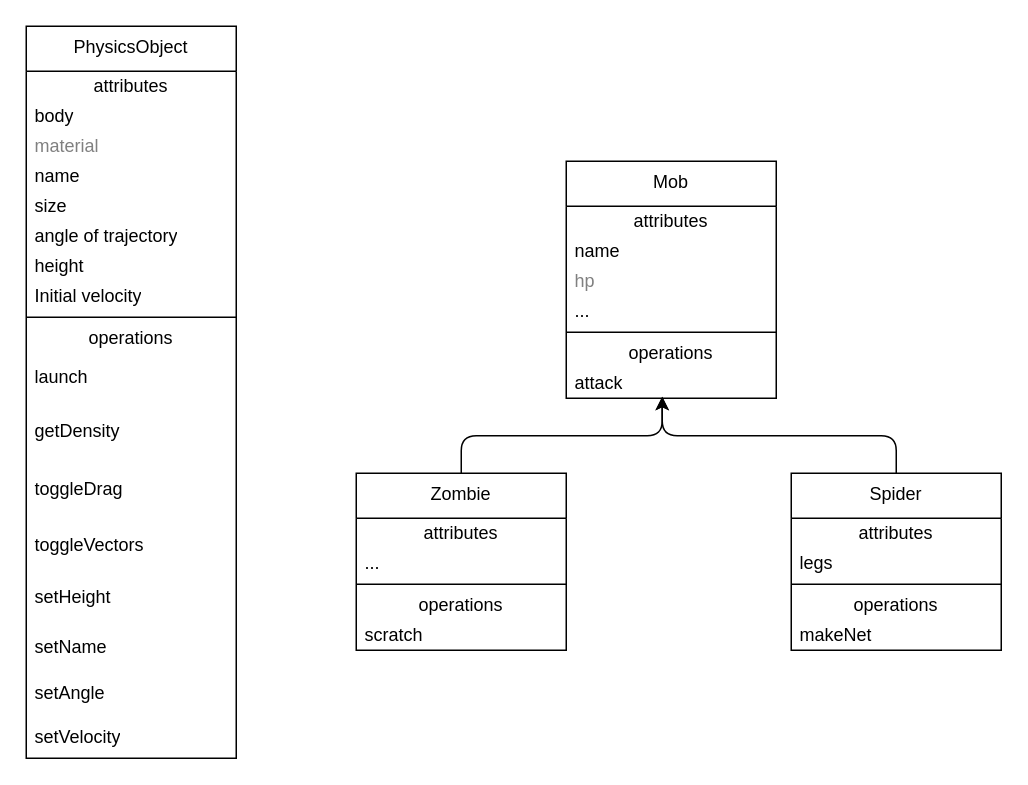
Earlier version of the draw.io diagram UML.dio (JohnW-kver/OOP-Simulation). Source tidied: cells renumbered, new cells numbered last; positions are measured from the earlier drawing's top-left corner, leaving out a move shared by most shapes. Both pictures are drawn from the tidied source at 150%, with x=0, y=0 at pixel (26, 26).
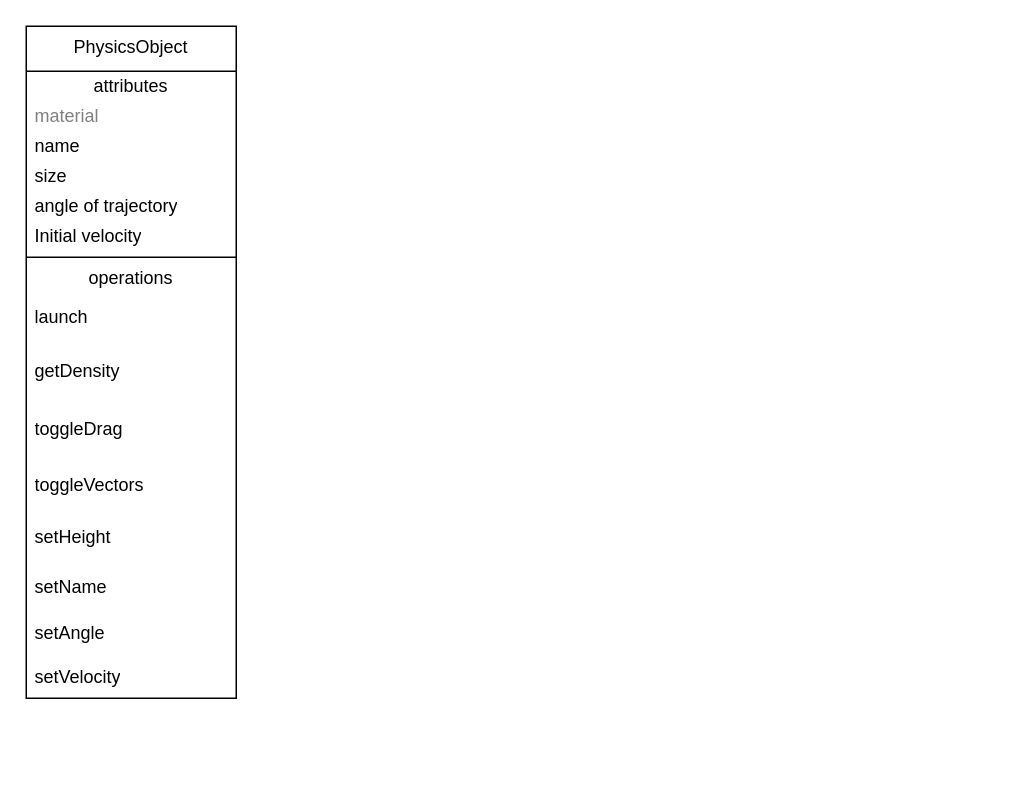
The same page after the edit.

Change to the diagram source:
```diff
@@
     <mxCell id="2" value="PhysicsObject" style="swimlane;fontStyle=0;align=center;verticalAlign=top;horizontal=1;startSize=30;html=1;whiteSpace=wrap;" parent="1" vertex="1">
-      <mxGeometry width="140" height="488" as="geometry" />
+      <mxGeometry width="140" height="448" as="geometry" />
     </mxCell>
@@
-    <mxCell id="4" value="body" style="text;html=1;strokeColor=none;fillColor=none;align=left;verticalAlign=middle;spacingLeft=4;spacingRight=4;overflow=hidden;whiteSpace=wrap;" parent="2" vertex="1">
-      <mxGeometry y="50" width="140" height="20" as="geometry" />
-    </mxCell>
     <mxCell id="5" value="material" style="text;html=1;strokeColor=none;fillColor=none;align=left;verticalAlign=middle;spacingLeft=4;spacingRight=4;overflow=hidden;fontColor=#808080;whiteSpace=wrap;" parent="2" vertex="1">
-      <mxGeometry y="70" width="140" height="20" as="geometry" />
+      <mxGeometry y="50" width="140" height="20" as="geometry" />
     </mxCell>
     <mxCell id="6" value="name" style="text;html=1;strokeColor=none;fillColor=none;align=left;verticalAlign=middle;spacingLeft=4;spacingRight=4;overflow=hidden;whiteSpace=wrap;" parent="2" vertex="1">
-      <mxGeometry y="90" width="140" height="20" as="geometry" />
+      <mxGeometry y="70" width="140" height="20" as="geometry" />
     </mxCell>
     <mxCell id="7" value="size" style="text;html=1;strokeColor=none;fillColor=none;align=left;verticalAlign=middle;spacingLeft=4;spacingRight=4;overflow=hidden;whiteSpace=wrap;" parent="2" vertex="1">
-      <mxGeometry y="110" width="140" height="20" as="geometry" />
+      <mxGeometry y="90" width="140" height="20" as="geometry" />
     </mxCell>
     <mxCell id="8" value="angle of trajectory" style="text;html=1;strokeColor=none;fillColor=none;align=left;verticalAlign=middle;spacingLeft=4;spacingRight=4;overflow=hidden;whiteSpace=wrap;" parent="2" vertex="1">
-      <mxGeometry y="130" width="140" height="20" as="geometry" />
+      <mxGeometry y="110" width="140" height="20" as="geometry" />
     </mxCell>
-    <mxCell id="9" value="height" style="text;html=1;strokeColor=none;fillColor=none;align=left;verticalAlign=middle;spacingLeft=4;spacingRight=4;overflow=hidden;whiteSpace=wrap;" parent="2" vertex="1">
-      <mxGeometry y="150" width="140" height="20" as="geometry" />
-    </mxCell>
     <mxCell id="10" value="Initial velocity" style="text;html=1;strokeColor=none;fillColor=none;align=left;verticalAlign=middle;spacingLeft=4;spacingRight=4;overflow=hidden;whiteSpace=wrap;" parent="2" vertex="1">
-      <mxGeometry y="170" width="140" height="20" as="geometry" />
+      <mxGeometry y="130" width="140" height="20" as="geometry" />
     </mxCell>
     <mxCell id="11" style="line;strokeWidth=1;fillColor=none;align=left;verticalAlign=middle;spacingTop=-1;spacingLeft=3;spacingRight=3;labelPosition=right;" parent="2" vertex="1">
-      <mxGeometry y="190" width="140" height="8" as="geometry" />
+      <mxGeometry y="150" width="140" height="8" as="geometry" />
     </mxCell>
     <mxCell id="12" value="operations" style="text;html=1;strokeColor=none;fillColor=none;align=center;verticalAlign=middle;spacingLeft=4;spacingRight=4;overflow=hidden;whiteSpace=wrap;" parent="2" vertex="1">
-      <mxGeometry y="198" width="140" height="20" as="geometry" />
+      <mxGeometry y="158" width="140" height="20" as="geometry" />
     </mxCell>
     <mxCell id="13" value="launch" style="text;html=1;strokeColor=none;fillColor=none;align=left;verticalAlign=middle;spacingLeft=4;spacingRight=4;overflow=hidden;whiteSpace=wrap;" parent="2" vertex="1">
-      <mxGeometry y="218" width="140" height="32" as="geometry" />
+      <mxGeometry y="178" width="140" height="32" as="geometry" />
     </mxCell>
     <mxCell id="14" value="getDensity" style="text;html=1;strokeColor=none;fillColor=none;align=left;verticalAlign=middle;spacingLeft=4;spacingRight=4;overflow=hidden;whiteSpace=wrap;" parent="2" vertex="1">
-      <mxGeometry y="250" width="140" height="40" as="geometry" />
+      <mxGeometry y="210" width="140" height="40" as="geometry" />
     </mxCell>
     <mxCell id="15" value="toggleDrag" style="text;html=1;strokeColor=none;fillColor=none;align=left;verticalAlign=middle;spacingLeft=4;spacingRight=4;overflow=hidden;whiteSpace=wrap;" parent="2" vertex="1">
-      <mxGeometry y="290" width="140" height="38" as="geometry" />
+      <mxGeometry y="250" width="140" height="38" as="geometry" />
     </mxCell>
     <mxCell id="16" value="toggleVectors" style="text;html=1;strokeColor=none;fillColor=none;align=left;verticalAlign=middle;spacingLeft=4;spacingRight=4;overflow=hidden;whiteSpace=wrap;" parent="2" vertex="1">
-      <mxGeometry y="328" width="140" height="36" as="geometry" />
+      <mxGeometry y="288" width="140" height="36" as="geometry" />
     </mxCell>
     <mxCell id="17" value="setHeight" style="text;html=1;strokeColor=none;fillColor=none;align=left;verticalAlign=middle;spacingLeft=4;spacingRight=4;overflow=hidden;whiteSpace=wrap;" parent="2" vertex="1">
-      <mxGeometry y="364" width="140" height="34" as="geometry" />
+      <mxGeometry y="324" width="140" height="34" as="geometry" />
     </mxCell>
     <mxCell id="18" value="setName" style="text;html=1;strokeColor=none;fillColor=none;align=left;verticalAlign=middle;spacingLeft=4;spacingRight=4;overflow=hidden;whiteSpace=wrap;" parent="2" vertex="1">
-      <mxGeometry y="398" width="140" height="32" as="geometry" />
+      <mxGeometry y="358" width="140" height="32" as="geometry" />
     </mxCell>
     <mxCell id="19" value="setAngle" style="text;html=1;strokeColor=none;fillColor=none;align=left;verticalAlign=middle;spacingLeft=4;spacingRight=4;overflow=hidden;whiteSpace=wrap;" parent="2" vertex="1">
-      <mxGeometry y="430" width="140" height="30" as="geometry" />
+      <mxGeometry y="390" width="140" height="30" as="geometry" />
     </mxCell>
     <mxCell id="20" value="setVelocity" style="text;html=1;strokeColor=none;fillColor=none;align=left;verticalAlign=middle;spacingLeft=4;spacingRight=4;overflow=hidden;whiteSpace=wrap;" parent="2" vertex="1">
-      <mxGeometry y="460" width="140" height="28" as="geometry" />
+      <mxGeometry y="420" width="140" height="28" as="geometry" />
     </mxCell>
-    <mxCell id="21" value="Mob" style="swimlane;fontStyle=0;align=center;verticalAlign=top;horizontal=1;startSize=30;html=1;whiteSpace=wrap;" parent="1" vertex="1">
-      <mxGeometry x="360" y="90" width="140" height="158" as="geometry" />
-    </mxCell>
-    <mxCell id="22" value="attributes" style="text;html=1;strokeColor=none;fillColor=none;align=center;verticalAlign=middle;spacingLeft=4;spacingRight=4;overflow=hidden;whiteSpace=wrap;" parent="21" vertex="1">
-      <mxGeometry y="30" width="140" height="20" as="geometry" />
-    </mxCell>
-    <mxCell id="23" value="name" style="text;html=1;strokeColor=none;fillColor=none;align=left;verticalAlign=middle;spacingLeft=4;spacingRight=4;overflow=hidden;whiteSpace=wrap;" parent="21" vertex="1">
-      <mxGeometry y="50" width="140" height="20" as="geometry" />
-    </mxCell>
-    <mxCell id="24" value="hp" style="text;html=1;strokeColor=none;fillColor=none;align=left;verticalAlign=middle;spacingLeft=4;spacingRight=4;overflow=hidden;fontColor=#808080;whiteSpace=wrap;" parent="21" vertex="1">
-      <mxGeometry y="70" width="140" height="20" as="geometry" />
-    </mxCell>
-    <mxCell id="25" value="..." style="text;html=1;strokeColor=none;fillColor=none;align=left;verticalAlign=middle;spacingLeft=4;spacingRight=4;overflow=hidden;whiteSpace=wrap;" parent="21" vertex="1">
-      <mxGeometry y="90" width="140" height="20" as="geometry" />
-    </mxCell>
-    <mxCell id="26" style="line;strokeWidth=1;fillColor=none;align=left;verticalAlign=middle;spacingTop=-1;spacingLeft=3;spacingRight=3;labelPosition=right;" parent="21" vertex="1">
-      <mxGeometry y="110" width="140" height="8" as="geometry" />
-    </mxCell>
-    <mxCell id="27" value="operations" style="text;html=1;strokeColor=none;fillColor=none;align=center;verticalAlign=middle;spacingLeft=4;spacingRight=4;overflow=hidden;whiteSpace=wrap;" parent="21" vertex="1">
-      <mxGeometry y="118" width="140" height="20" as="geometry" />
-    </mxCell>
-    <mxCell id="28" value="attack" style="text;html=1;strokeColor=none;fillColor=none;align=left;verticalAlign=middle;spacingLeft=4;spacingRight=4;overflow=hidden;points=[[0,0.5],[1,0.5]];portConstraint=eastwest;whiteSpace=wrap;" parent="21" vertex="1">
-      <mxGeometry y="138" width="140" height="20" as="geometry" />
-    </mxCell>
-    <mxCell id="29" value="Zombie" style="swimlane;fontStyle=0;align=center;verticalAlign=top;horizontal=1;startSize=30;html=1;whiteSpace=wrap;" parent="1" vertex="1">
-      <mxGeometry x="220" y="298" width="140" height="118" as="geometry" />
-    </mxCell>
-    <mxCell id="30" value="attributes" style="text;html=1;strokeColor=none;fillColor=none;align=center;verticalAlign=middle;spacingLeft=4;spacingRight=4;overflow=hidden;whiteSpace=wrap;" parent="29" vertex="1">
-      <mxGeometry y="30" width="140" height="20" as="geometry" />
-    </mxCell>
-    <mxCell id="31" value="..." style="text;html=1;strokeColor=none;fillColor=none;align=left;verticalAlign=middle;spacingLeft=4;spacingRight=4;overflow=hidden;whiteSpace=wrap;" parent="29" vertex="1">
-      <mxGeometry y="50" width="140" height="20" as="geometry" />
-    </mxCell>
-    <mxCell id="32" style="line;strokeWidth=1;fillColor=none;align=left;verticalAlign=middle;spacingTop=-1;spacingLeft=3;spacingRight=3;labelPosition=right;" parent="29" vertex="1">
-      <mxGeometry y="70" width="140" height="8" as="geometry" />
-    </mxCell>
-    <mxCell id="33" value="operations" style="text;html=1;strokeColor=none;fillColor=none;align=center;verticalAlign=middle;spacingLeft=4;spacingRight=4;overflow=hidden;whiteSpace=wrap;" parent="29" vertex="1">
-      <mxGeometry y="78" width="140" height="20" as="geometry" />
-    </mxCell>
-    <mxCell id="34" value="scratch" style="text;html=1;strokeColor=none;fillColor=none;align=left;verticalAlign=middle;spacingLeft=4;spacingRight=4;overflow=hidden;whiteSpace=wrap;" parent="29" vertex="1">
-      <mxGeometry y="98" width="140" height="20" as="geometry" />
-    </mxCell>
-    <mxCell id="35" value="Spider" style="swimlane;fontStyle=0;align=center;verticalAlign=top;horizontal=1;startSize=30;html=1;whiteSpace=wrap;" parent="1" vertex="1">
-      <mxGeometry x="510" y="298" width="140" height="118" as="geometry" />
-    </mxCell>
-    <mxCell id="36" value="attributes" style="text;html=1;strokeColor=none;fillColor=none;align=center;verticalAlign=middle;spacingLeft=4;spacingRight=4;overflow=hidden;whiteSpace=wrap;" parent="35" vertex="1">
-      <mxGeometry y="30" width="140" height="20" as="geometry" />
-    </mxCell>
-    <mxCell id="37" value="legs" style="text;html=1;strokeColor=none;fillColor=none;align=left;verticalAlign=middle;spacingLeft=4;spacingRight=4;overflow=hidden;whiteSpace=wrap;" parent="35" vertex="1">
-      <mxGeometry y="50" width="140" height="20" as="geometry" />
-    </mxCell>
-    <mxCell id="38" style="line;strokeWidth=1;fillColor=none;align=left;verticalAlign=middle;spacingTop=-1;spacingLeft=3;spacingRight=3;labelPosition=right;" parent="35" vertex="1">
-      <mxGeometry y="70" width="140" height="8" as="geometry" />
-    </mxCell>
-    <mxCell id="39" value="operations" style="text;html=1;strokeColor=none;fillColor=none;align=center;verticalAlign=middle;spacingLeft=4;spacingRight=4;overflow=hidden;whiteSpace=wrap;" parent="35" vertex="1">
-      <mxGeometry y="78" width="140" height="20" as="geometry" />
-    </mxCell>
-    <mxCell id="40" value="makeNet" style="text;html=1;strokeColor=none;fillColor=none;align=left;verticalAlign=middle;spacingLeft=4;spacingRight=4;overflow=hidden;whiteSpace=wrap;" parent="35" vertex="1">
-      <mxGeometry y="98" width="140" height="20" as="geometry" />
-    </mxCell>
-    <mxCell id="41" style="edgeStyle=orthogonalEdgeStyle;html=1;entryX=0.457;entryY=0.95;entryDx=0;entryDy=0;entryPerimeter=0;" parent="1" edge="1" source="29" target="28">
-      <mxGeometry relative="1" as="geometry" />
-    </mxCell>
-    <mxCell id="42" style="edgeStyle=orthogonalEdgeStyle;html=1;entryX=0.457;entryY=0.95;entryDx=0;entryDy=0;entryPerimeter=0;" parent="1" edge="1" source="35" target="28">
-      <mxGeometry relative="1" as="geometry" />
-    </mxCell>
```
